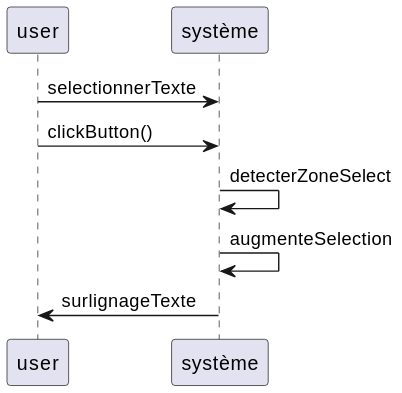
Above: UMLDiag/v1/SequenceSelectRightLeft.svg in kiurow590/ESIR2_OMD_Project_Editor (PlantUML), before the change. Its diagram source:
```plantuml
@startuml
user -> système: selectionnerTexte
user -> système: clickButton()
système -> système: detecterZoneSelect
système -> système: augmenteSelection
système -> user: surlignageTexte
@enduml
```
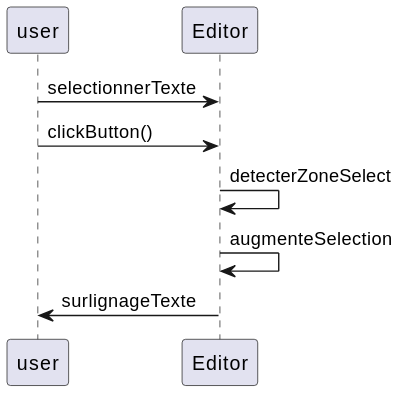
Later version of the same file.

Change to the diagram source:
```diff
@@ -1,7 +1,7 @@
 @startuml
-user -> système: selectionnerTexte
-user -> système: clickButton()
-système -> système: detecterZoneSelect
-système -> système: augmenteSelection
-système -> user: surlignageTexte
+user -> Editor: selectionnerTexte
+user -> Editor: clickButton()
+Editor -> Editor: detecterZoneSelect
+Editor -> Editor: augmenteSelection
+Editor -> user: surlignageTexte
 @enduml
```
